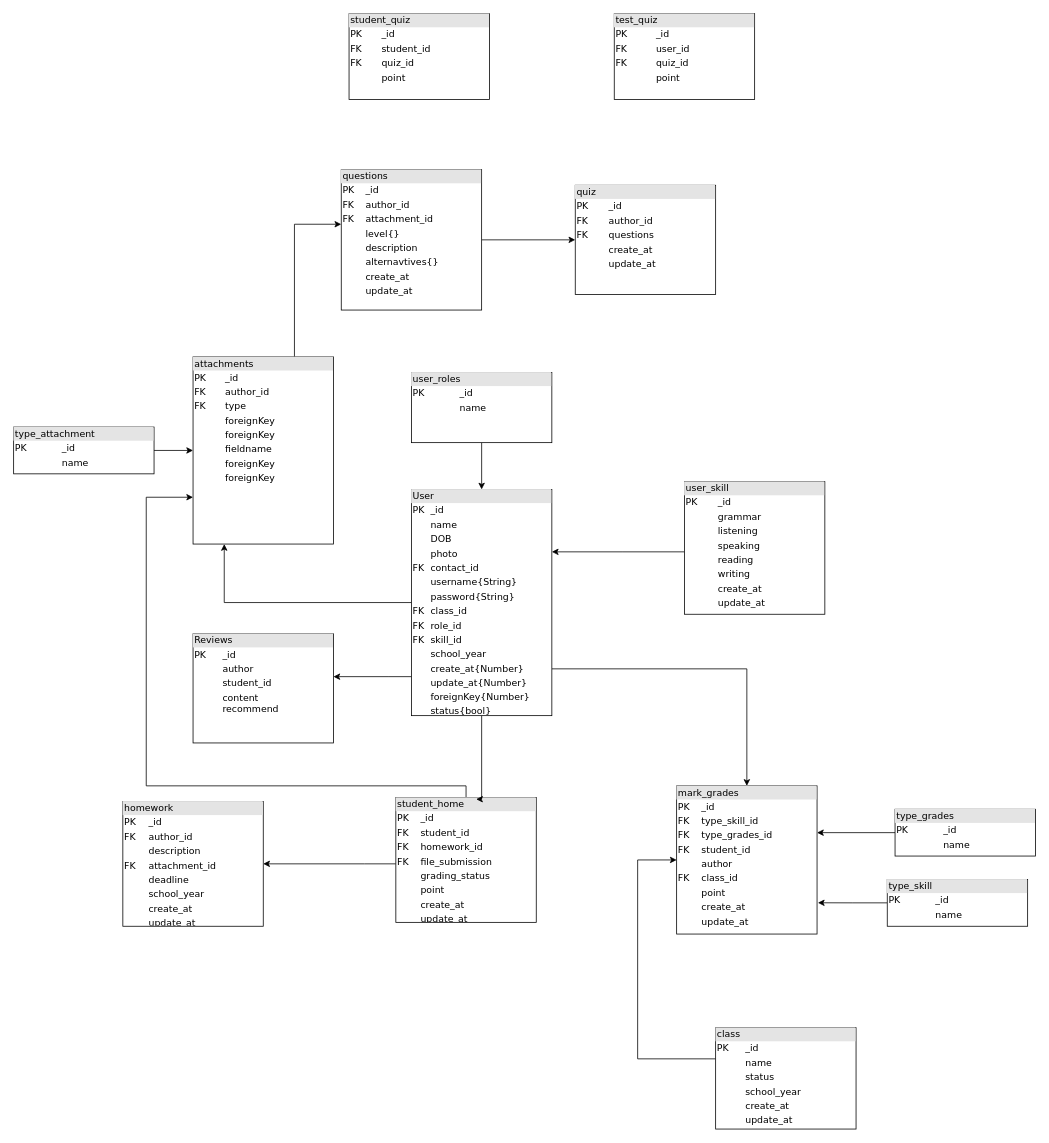
Before: Untitled Diagram.drawio in neib000/CV, a draw.io diagram. Source tidied: cells renumbered, new cells numbered last; positions are measured from the earlier drawing's top-left corner, leaving out a move shared by most shapes. Both pictures are drawn from the tidied source at 78%, with x=0, y=0 at pixel (13, 13).
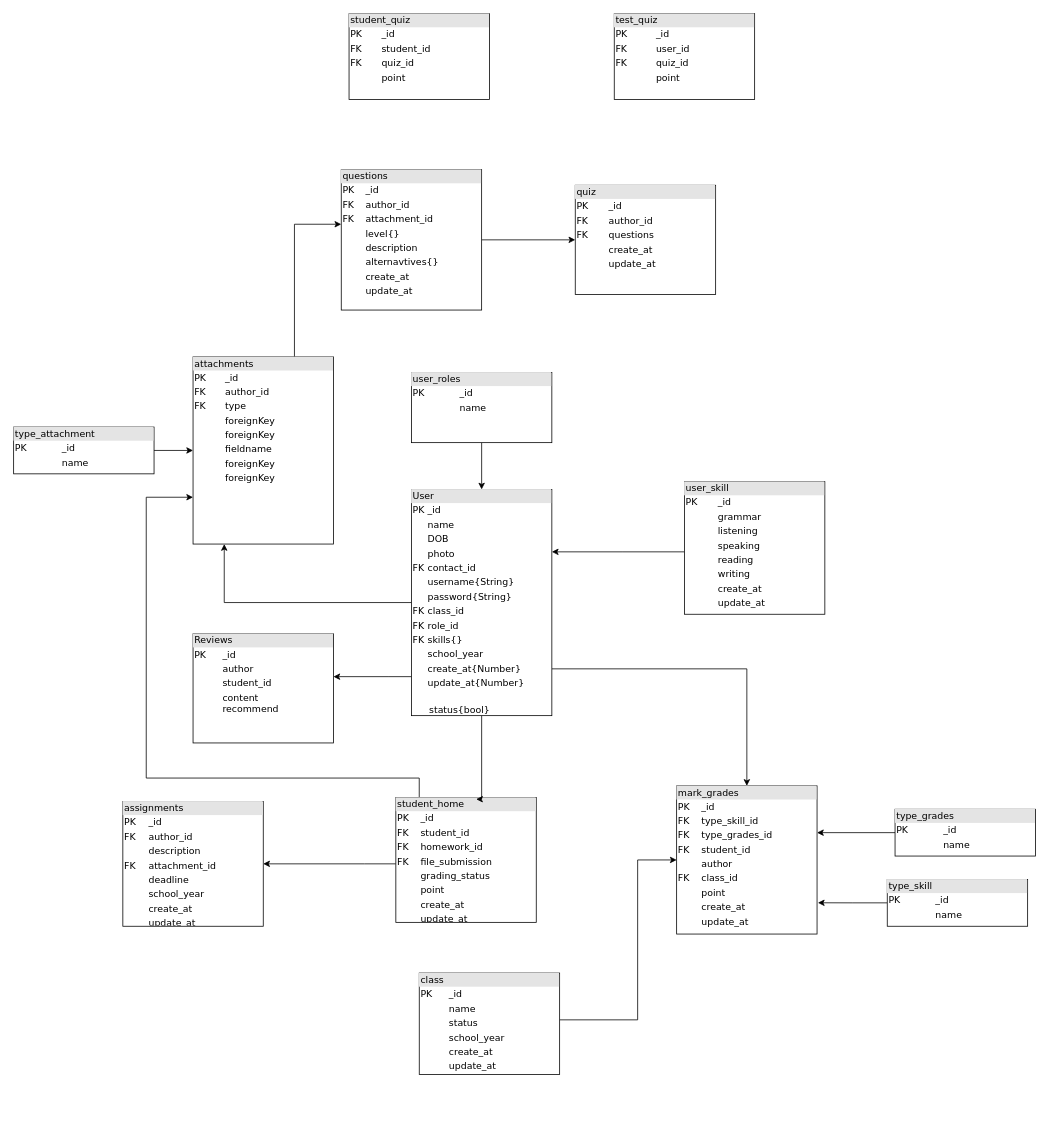
After the change.

Unchanged cells that the change refers to:
```xml
<mxCell id="12" value="&lt;div style=&quot;box-sizing: border-box ; width: 100% ; background: #e4e4e4 ; padding: 2px&quot;&gt;student_home&lt;/div&gt;&lt;table style=&quot;width: 100% ; font-size: 1em&quot; cellpadding=&quot;2&quot; cellspacing=&quot;0&quot;&gt;&lt;tbody&gt;&lt;tr&gt;&lt;td&gt;PK&lt;/td&gt;&lt;td&gt;_id&lt;/td&gt;&lt;/tr&gt;&lt;tr&gt;&lt;td&gt;FK&lt;/td&gt;&lt;td&gt;student_id&lt;/td&gt;&lt;/tr&gt;&lt;tr&gt;&lt;td&gt;FK&lt;/td&gt;&lt;td&gt;homework_id&lt;/td&gt;&lt;/tr&gt;&lt;tr&gt;&lt;td&gt;FK&lt;/td&gt;&lt;td&gt;file_submission&lt;/td&gt;&lt;/tr&gt;&lt;tr&gt;&lt;td&gt;&lt;br&gt;&lt;/td&gt;&lt;td&gt;grading_status&lt;/td&gt;&lt;/tr&gt;&lt;tr&gt;&lt;td&gt;&lt;br&gt;&lt;/td&gt;&lt;td&gt;point&lt;/td&gt;&lt;/tr&gt;&lt;tr&gt;&lt;td&gt;&lt;br&gt;&lt;/td&gt;&lt;td&gt;create_at&lt;/td&gt;&lt;/tr&gt;&lt;tr&gt;&lt;td&gt;&lt;br&gt;&lt;/td&gt;&lt;td&gt;update_at&lt;/td&gt;&lt;/tr&gt;&lt;/tbody&gt;&lt;/table&gt;" style="verticalAlign=top;align=left;overflow=fill;html=1;rounded=0;shadow=0;comic=0;labelBackgroundColor=none;strokeWidth=1;fontFamily=Verdana;fontSize=12;" parent="1" vertex="1">
  <mxGeometry x="490" y="1005" width="180" height="160" as="geometry" />
</mxCell>
<mxCell id="19" value="&lt;div style=&quot;box-sizing: border-box ; width: 100% ; background: #e4e4e4 ; padding: 2px&quot;&gt;attachments&lt;br&gt;&lt;/div&gt;&lt;table style=&quot;width: 100% ; font-size: 1em&quot; cellpadding=&quot;2&quot; cellspacing=&quot;0&quot;&gt;&lt;tbody&gt;&lt;tr&gt;&lt;td&gt;PK&lt;/td&gt;&lt;td&gt;_id&lt;/td&gt;&lt;/tr&gt;&lt;tr&gt;&lt;td&gt;FK&lt;/td&gt;&lt;td&gt;author_id&lt;/td&gt;&lt;/tr&gt;&lt;tr&gt;&lt;td&gt;FK&lt;/td&gt;&lt;td&gt;type&lt;/td&gt;&lt;/tr&gt;&lt;tr&gt;&lt;td&gt;&lt;br&gt;&lt;/td&gt;&lt;td&gt;foreignKey&lt;br&gt;&lt;/td&gt;&lt;/tr&gt;&lt;tr&gt;&lt;td&gt;&lt;br&gt;&lt;/td&gt;&lt;td&gt;foreignKey&lt;br&gt;&lt;/td&gt;&lt;/tr&gt;&lt;tr&gt;&lt;td&gt;&lt;br&gt;&lt;/td&gt;&lt;td&gt;fieldname&lt;br&gt;&lt;/td&gt;&lt;/tr&gt;&lt;tr&gt;&lt;td&gt;&lt;br&gt;&lt;/td&gt;&lt;td&gt;foreignKey&lt;br&gt;&lt;/td&gt;&lt;/tr&gt;&lt;tr&gt;&lt;td&gt;&lt;br&gt;&lt;/td&gt;&lt;td&gt;foreignKey&lt;br&gt;&lt;/td&gt;&lt;/tr&gt;&lt;tr&gt;&lt;td&gt;&lt;br&gt;&lt;/td&gt;&lt;td&gt;&lt;br&gt;&lt;/td&gt;&lt;/tr&gt;&lt;tr&gt;&lt;td&gt;&lt;br&gt;&lt;/td&gt;&lt;td&gt;&lt;br&gt;&lt;/td&gt;&lt;/tr&gt;&lt;tr&gt;&lt;td&gt;&lt;br&gt;&lt;/td&gt;&lt;td&gt;&lt;br&gt;&lt;/td&gt;&lt;/tr&gt;&lt;tr&gt;&lt;td&gt;&lt;br&gt;&lt;/td&gt;&lt;td&gt;&lt;br&gt;&lt;/td&gt;&lt;/tr&gt;&lt;/tbody&gt;&lt;/table&gt;" style="verticalAlign=top;align=left;overflow=fill;html=1;rounded=0;shadow=0;comic=0;labelBackgroundColor=none;strokeWidth=1;fontFamily=Verdana;fontSize=12;" parent="1" vertex="1">
  <mxGeometry x="230" y="440" width="180" height="240" as="geometry" />
</mxCell>
<mxCell id="29" value="&lt;div style=&quot;box-sizing: border-box ; width: 100% ; background: #e4e4e4 ; padding: 2px&quot;&gt;mark_grades&lt;/div&gt;&lt;table style=&quot;width: 100% ; font-size: 1em&quot; cellpadding=&quot;2&quot; cellspacing=&quot;0&quot;&gt;&lt;tbody&gt;&lt;tr&gt;&lt;td&gt;PK&lt;/td&gt;&lt;td&gt;_id&lt;/td&gt;&lt;/tr&gt;&lt;tr&gt;&lt;td&gt;FK&lt;/td&gt;&lt;td&gt;type_skill_id&lt;/td&gt;&lt;/tr&gt;&lt;tr&gt;&lt;td&gt;FK&lt;/td&gt;&lt;td&gt;type_grades_id&lt;/td&gt;&lt;/tr&gt;&lt;tr&gt;&lt;td&gt;FK&lt;/td&gt;&lt;td&gt;student_id&lt;/td&gt;&lt;/tr&gt;&lt;tr&gt;&lt;td&gt;&lt;br&gt;&lt;/td&gt;&lt;td&gt;author&lt;br&gt;&lt;/td&gt;&lt;/tr&gt;&lt;tr&gt;&lt;td&gt;FK&lt;/td&gt;&lt;td&gt;class_id&lt;/td&gt;&lt;/tr&gt;&lt;tr&gt;&lt;td&gt;&lt;br&gt;&lt;/td&gt;&lt;td&gt;point&lt;/td&gt;&lt;/tr&gt;&lt;tr&gt;&lt;td&gt;&lt;br&gt;&lt;/td&gt;&lt;td&gt;create_at&lt;/td&gt;&lt;/tr&gt;&lt;tr&gt;&lt;td&gt;&lt;br&gt;&lt;/td&gt;&lt;td&gt;update_at&lt;/td&gt;&lt;/tr&gt;&lt;tr&gt;&lt;td&gt;&lt;br&gt;&lt;/td&gt;&lt;td&gt;&lt;br&gt;&lt;/td&gt;&lt;/tr&gt;&lt;/tbody&gt;&lt;/table&gt;" style="verticalAlign=top;align=left;overflow=fill;html=1;rounded=0;shadow=0;comic=0;labelBackgroundColor=none;strokeWidth=1;fontFamily=Verdana;fontSize=12;" parent="1" vertex="1">
  <mxGeometry x="850" y="990" width="180" height="190" as="geometry" />
</mxCell>
```

Change to the diagram source:
```diff
@@
     <mxCell id="3" style="edgeStyle=orthogonalEdgeStyle;rounded=0;jettySize=auto;html=1;" parent="1" edge="1" source="4" target="29">
       <mxGeometry relative="1" as="geometry">
         <Array as="points">
-          <mxPoint x="800" y="1340" />
+          <mxPoint x="800" y="1290" />
           <mxPoint x="800" y="1085" />
         </Array>
       </mxGeometry>
     </mxCell>
     <mxCell id="4" value="&lt;div style=&quot;box-sizing: border-box ; width: 100% ; background: #e4e4e4 ; padding: 2px&quot;&gt;class&lt;/div&gt;&lt;table style=&quot;width: 100% ; font-size: 1em&quot; cellpadding=&quot;2&quot; cellspacing=&quot;0&quot;&gt;&lt;tbody&gt;&lt;tr&gt;&lt;td&gt;PK&lt;/td&gt;&lt;td&gt;_id&lt;/td&gt;&lt;/tr&gt;&lt;tr&gt;&lt;td&gt;&lt;br&gt;&lt;/td&gt;&lt;td&gt;name&lt;/td&gt;&lt;/tr&gt;&lt;tr&gt;&lt;td&gt;&lt;/td&gt;&lt;td&gt;status&lt;/td&gt;&lt;/tr&gt;&lt;tr&gt;&lt;td&gt;&lt;/td&gt;&lt;td&gt;school_year&lt;br&gt;&lt;/td&gt;&lt;/tr&gt;&lt;tr&gt;&lt;td&gt;&lt;br&gt;&lt;/td&gt;&lt;td&gt;create_at&lt;/td&gt;&lt;/tr&gt;&lt;tr&gt;&lt;td&gt;&lt;br&gt;&lt;/td&gt;&lt;td&gt;update_at&lt;/td&gt;&lt;/tr&gt;&lt;tr&gt;&lt;td&gt;&lt;br&gt;&lt;/td&gt;&lt;td&gt;&lt;br&gt;&lt;/td&gt;&lt;/tr&gt;&lt;/tbody&gt;&lt;/table&gt;" style="verticalAlign=top;align=left;overflow=fill;html=1;rounded=0;shadow=0;comic=0;labelBackgroundColor=none;strokeWidth=1;fontFamily=Verdana;fontSize=12;" parent="1" vertex="1">
-      <mxGeometry x="900" y="1300" width="180" height="130" as="geometry" />
+      <mxGeometry x="520" y="1230" width="180" height="130" as="geometry" />
     </mxCell>
@@
     <mxCell id="11" style="edgeStyle=orthogonalEdgeStyle;rounded=0;jettySize=auto;html=1;" parent="1" edge="1" source="12" target="19">
       <mxGeometry relative="1" as="geometry">
         <Array as="points">
-          <mxPoint x="580" y="990" />
-          <mxPoint x="170" y="990" />
+          <mxPoint x="520" y="980" />
+          <mxPoint x="170" y="980" />
           <mxPoint x="170" y="620" />
         </Array>
       </mxGeometry>
     </mxCell>
@@
-    <mxCell id="17" value="&lt;div style=&quot;box-sizing: border-box ; width: 100% ; background: #e4e4e4 ; padding: 2px&quot;&gt;User&lt;/div&gt;&lt;table style=&quot;width: 100% ; font-size: 1em&quot; cellpadding=&quot;2&quot; cellspacing=&quot;0&quot;&gt;&lt;tbody&gt;&lt;tr&gt;&lt;td&gt;PK&lt;/td&gt;&lt;td&gt;_id&lt;/td&gt;&lt;/tr&gt;&lt;tr&gt;&lt;td&gt;&lt;br&gt;&lt;/td&gt;&lt;td&gt;name&lt;/td&gt;&lt;/tr&gt;&lt;tr&gt;&lt;td&gt;&lt;/td&gt;&lt;td&gt;DOB&lt;/td&gt;&lt;/tr&gt;&lt;tr&gt;&lt;td&gt;&lt;br&gt;&lt;/td&gt;&lt;td&gt;photo&lt;br&gt;&lt;/td&gt;&lt;/tr&gt;&lt;tr&gt;&lt;td&gt;FK&lt;br&gt;&lt;/td&gt;&lt;td&gt;contact_id&lt;/td&gt;&lt;/tr&gt;&lt;tr&gt;&lt;td&gt;&lt;br&gt;&lt;/td&gt;&lt;td&gt;username{String}&lt;/td&gt;&lt;/tr&gt;&lt;tr&gt;&lt;td&gt;&lt;br&gt;&lt;/td&gt;&lt;td&gt;password{String}&lt;/td&gt;&lt;/tr&gt;&lt;tr&gt;&lt;td&gt;FK&lt;/td&gt;&lt;td&gt;class_id&lt;br&gt;&lt;/td&gt;&lt;/tr&gt;&lt;tr&gt;&lt;td&gt;FK&lt;br&gt;&lt;/td&gt;&lt;td&gt;role_id&lt;/td&gt;&lt;/tr&gt;&lt;tr&gt;&lt;td&gt;FK&lt;br&gt;&lt;/td&gt;&lt;td&gt;skill_id&lt;/td&gt;&lt;/tr&gt;&lt;tr&gt;&lt;td&gt;&lt;br&gt;&lt;/td&gt;&lt;td&gt;school_year&lt;/td&gt;&lt;/tr&gt;&lt;tr&gt;&lt;td&gt;&lt;br&gt;&lt;/td&gt;&lt;td&gt;create_at{Number}&lt;br&gt;&lt;/td&gt;&lt;/tr&gt;&lt;tr&gt;&lt;td&gt;&lt;br&gt;&lt;/td&gt;&lt;td&gt;update_at{Number}&lt;/td&gt;&lt;/tr&gt;&lt;tr&gt;&lt;td&gt;&lt;br&gt;&lt;/td&gt;&lt;td&gt;foreignKey{Number}&lt;br&gt;&lt;/td&gt;&lt;/tr&gt;&lt;tr&gt;&lt;td&gt;&lt;br&gt;&lt;/td&gt;&lt;td&gt;status{bool}&lt;/td&gt;&lt;/tr&gt;&lt;tr&gt;&lt;td&gt;&lt;br&gt;&lt;/td&gt;&lt;td&gt;&lt;span style=&quot;white-space: pre&quot;&gt; &lt;/span&gt;&lt;br&gt;&lt;/td&gt;&lt;/tr&gt;&lt;tr&gt;&lt;td&gt;&lt;br&gt;&lt;/td&gt;&lt;td&gt;&lt;br&gt;&lt;/td&gt;&lt;/tr&gt;&lt;/tbody&gt;&lt;/table&gt;" style="verticalAlign=top;align=left;overflow=fill;html=1;rounded=0;shadow=0;comic=0;labelBackgroundColor=none;strokeWidth=1;fontFamily=Verdana;fontSize=12;" parent="1" vertex="1">
+    <mxCell id="17" value="&lt;div style=&quot;box-sizing: border-box ; width: 100% ; background: #e4e4e4 ; padding: 2px&quot;&gt;User&lt;/div&gt;&lt;table style=&quot;width: 100% ; font-size: 1em&quot; cellpadding=&quot;2&quot; cellspacing=&quot;0&quot;&gt;&lt;tbody&gt;&lt;tr&gt;&lt;td&gt;PK&lt;/td&gt;&lt;td&gt;_id&lt;/td&gt;&lt;/tr&gt;&lt;tr&gt;&lt;td&gt;&lt;br&gt;&lt;/td&gt;&lt;td&gt;name&lt;/td&gt;&lt;/tr&gt;&lt;tr&gt;&lt;td&gt;&lt;/td&gt;&lt;td&gt;DOB&lt;/td&gt;&lt;/tr&gt;&lt;tr&gt;&lt;td&gt;&lt;br&gt;&lt;/td&gt;&lt;td&gt;photo&lt;br&gt;&lt;/td&gt;&lt;/tr&gt;&lt;tr&gt;&lt;td&gt;FK&lt;br&gt;&lt;/td&gt;&lt;td&gt;contact_id&lt;/td&gt;&lt;/tr&gt;&lt;tr&gt;&lt;td&gt;&lt;br&gt;&lt;/td&gt;&lt;td&gt;username{String}&lt;/td&gt;&lt;/tr&gt;&lt;tr&gt;&lt;td&gt;&lt;br&gt;&lt;/td&gt;&lt;td&gt;password{String}&lt;/td&gt;&lt;/tr&gt;&lt;tr&gt;&lt;td&gt;FK&lt;/td&gt;&lt;td&gt;class_id&lt;br&gt;&lt;/td&gt;&lt;/tr&gt;&lt;tr&gt;&lt;td&gt;FK&lt;br&gt;&lt;/td&gt;&lt;td&gt;role_id&lt;/td&gt;&lt;/tr&gt;&lt;tr&gt;&lt;td&gt;FK&lt;br&gt;&lt;/td&gt;&lt;td&gt;skills{}&lt;/td&gt;&lt;/tr&gt;&lt;tr&gt;&lt;td&gt;&lt;br&gt;&lt;/td&gt;&lt;td&gt;school_year&lt;/td&gt;&lt;/tr&gt;&lt;tr&gt;&lt;td&gt;&lt;br&gt;&lt;/td&gt;&lt;td&gt;create_at{Number}&lt;br&gt;&lt;/td&gt;&lt;/tr&gt;&lt;tr&gt;&lt;td&gt;&lt;br&gt;&lt;/td&gt;&lt;td&gt;update_at{Number}&lt;/td&gt;&lt;/tr&gt;&lt;tr&gt;&lt;td&gt;&lt;/td&gt;&lt;td&gt;&lt;br&gt;&lt;table cellpadding=&quot;2&quot; cellspacing=&quot;0&quot; style=&quot;font-size: 1em ; width: 180px&quot;&gt;&lt;tbody&gt;&lt;tr&gt;&lt;td&gt;status{bool}&lt;/td&gt;&lt;/tr&gt;&lt;/tbody&gt;&lt;/table&gt;&lt;/td&gt;&lt;/tr&gt;&lt;tr&gt;&lt;td&gt;&lt;br&gt;&lt;/td&gt;&lt;td&gt;&lt;br&gt;&lt;/td&gt;&lt;/tr&gt;&lt;tr&gt;&lt;td&gt;&lt;br&gt;&lt;/td&gt;&lt;td&gt;&lt;span&gt; &lt;/span&gt;&lt;br&gt;&lt;/td&gt;&lt;/tr&gt;&lt;tr&gt;&lt;td&gt;&lt;br&gt;&lt;/td&gt;&lt;td&gt;&lt;br&gt;&lt;/td&gt;&lt;/tr&gt;&lt;/tbody&gt;&lt;/table&gt;" style="verticalAlign=top;align=left;overflow=fill;html=1;rounded=0;shadow=0;comic=0;labelBackgroundColor=none;strokeWidth=1;fontFamily=Verdana;fontSize=12;" parent="1" vertex="1">
       <mxGeometry x="510" y="610" width="180" height="290" as="geometry" />
     </mxCell>
@@
-    <mxCell id="20" value="&lt;div style=&quot;box-sizing: border-box ; width: 100% ; background: #e4e4e4 ; padding: 2px&quot;&gt;homework&lt;/div&gt;&lt;table style=&quot;width: 100% ; font-size: 1em&quot; cellpadding=&quot;2&quot; cellspacing=&quot;0&quot;&gt;&lt;tbody&gt;&lt;tr&gt;&lt;td&gt;PK&lt;/td&gt;&lt;td&gt;_id&lt;/td&gt;&lt;/tr&gt;&lt;tr&gt;&lt;td&gt;FK&lt;/td&gt;&lt;td&gt;author_id&lt;/td&gt;&lt;/tr&gt;&lt;tr&gt;&lt;td&gt;&lt;/td&gt;&lt;td&gt;description&lt;/td&gt;&lt;/tr&gt;&lt;tr&gt;&lt;td&gt;FK&lt;/td&gt;&lt;td&gt;attachment_id&lt;/td&gt;&lt;/tr&gt;&lt;tr&gt;&lt;td&gt;&lt;br&gt;&lt;/td&gt;&lt;td&gt;deadline&lt;/td&gt;&lt;/tr&gt;&lt;tr&gt;&lt;td&gt;&lt;br&gt;&lt;/td&gt;&lt;td&gt;school_year&lt;br&gt;&lt;/td&gt;&lt;/tr&gt;&lt;tr&gt;&lt;td&gt;&lt;br&gt;&lt;/td&gt;&lt;td&gt;create_at&lt;/td&gt;&lt;/tr&gt;&lt;tr&gt;&lt;td&gt;&lt;br&gt;&lt;/td&gt;&lt;td&gt;update_at&lt;/td&gt;&lt;/tr&gt;&lt;/tbody&gt;&lt;/table&gt;" style="verticalAlign=top;align=left;overflow=fill;html=1;rounded=0;shadow=0;comic=0;labelBackgroundColor=none;strokeWidth=1;fontFamily=Verdana;fontSize=12;" parent="1" vertex="1">
+    <mxCell id="20" value="&lt;div style=&quot;box-sizing: border-box ; width: 100% ; background: #e4e4e4 ; padding: 2px&quot;&gt;assignments&lt;/div&gt;&lt;table style=&quot;width: 100% ; font-size: 1em&quot; cellpadding=&quot;2&quot; cellspacing=&quot;0&quot;&gt;&lt;tbody&gt;&lt;tr&gt;&lt;td&gt;PK&lt;/td&gt;&lt;td&gt;_id&lt;/td&gt;&lt;/tr&gt;&lt;tr&gt;&lt;td&gt;FK&lt;/td&gt;&lt;td&gt;author_id&lt;/td&gt;&lt;/tr&gt;&lt;tr&gt;&lt;td&gt;&lt;/td&gt;&lt;td&gt;description&lt;/td&gt;&lt;/tr&gt;&lt;tr&gt;&lt;td&gt;FK&lt;/td&gt;&lt;td&gt;attachment_id&lt;/td&gt;&lt;/tr&gt;&lt;tr&gt;&lt;td&gt;&lt;br&gt;&lt;/td&gt;&lt;td&gt;deadline&lt;/td&gt;&lt;/tr&gt;&lt;tr&gt;&lt;td&gt;&lt;br&gt;&lt;/td&gt;&lt;td&gt;school_year&lt;br&gt;&lt;/td&gt;&lt;/tr&gt;&lt;tr&gt;&lt;td&gt;&lt;br&gt;&lt;/td&gt;&lt;td&gt;create_at&lt;/td&gt;&lt;/tr&gt;&lt;tr&gt;&lt;td&gt;&lt;br&gt;&lt;/td&gt;&lt;td&gt;update_at&lt;/td&gt;&lt;/tr&gt;&lt;/tbody&gt;&lt;/table&gt;" style="verticalAlign=top;align=left;overflow=fill;html=1;rounded=0;shadow=0;comic=0;labelBackgroundColor=none;strokeWidth=1;fontFamily=Verdana;fontSize=12;" parent="1" vertex="1">
       <mxGeometry x="140" y="1010" width="180" height="160" as="geometry" />
     </mxCell>
```
